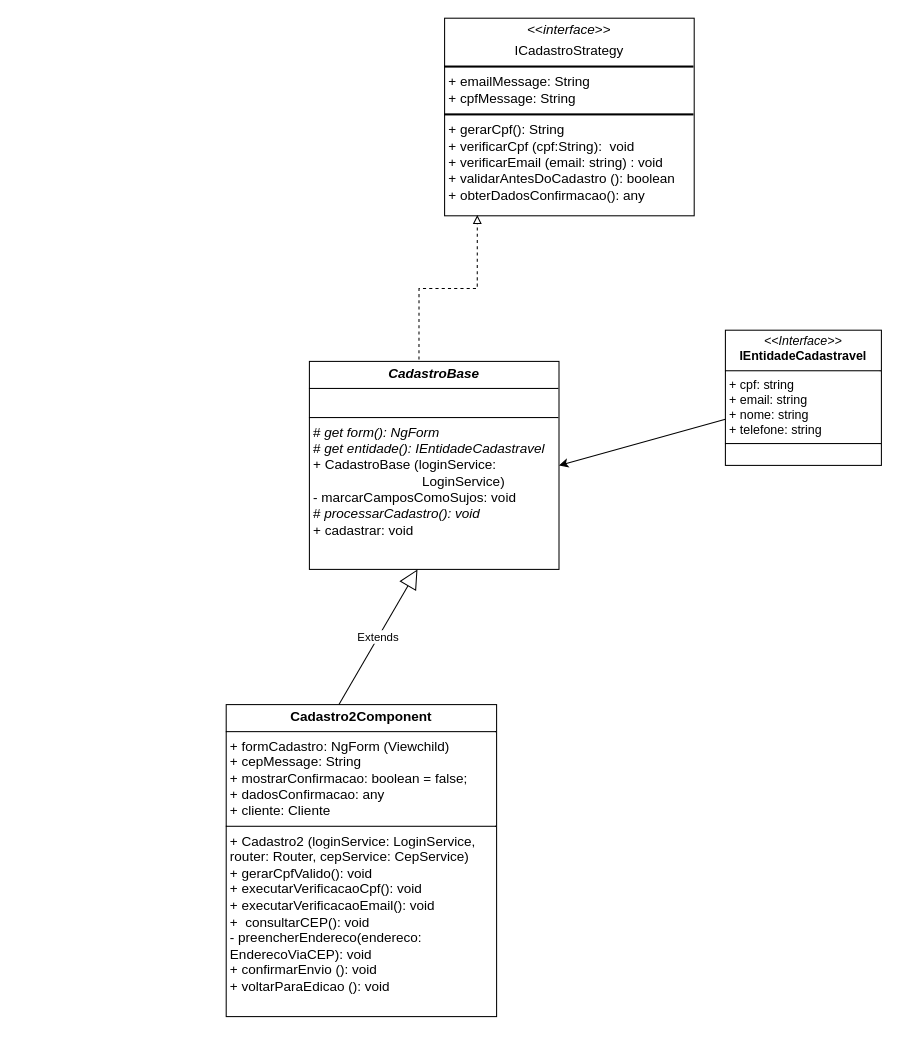
alejandrolafuente/SistemaBanco keeps this draw.io diagram as cadastro.drawio. Above is the earlier version. Source tidied: cells renumbered, new cells numbered last; positions are measured from the earlier drawing's top-left corner, leaving out a move shared by most shapes. Both pictures are drawn from the tidied source at 104%, with x=0, y=0 at pixel (226, 18).
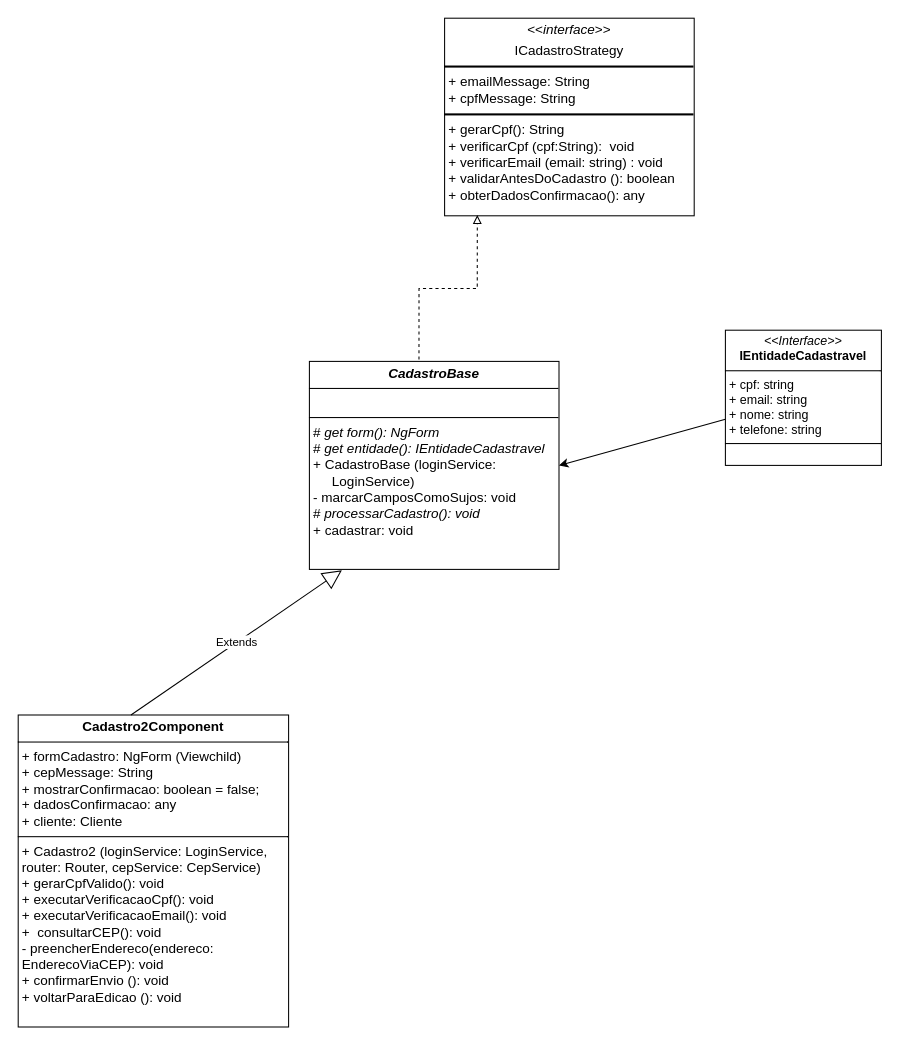
The same diagram, later.

Change to the diagram source:
```diff
@@
 <mxGraphModel>
   <root>
     <mxCell id="0" />
     <mxCell id="1" parent="0" />
     <mxCell id="2" value="&lt;p style=&quot;margin:0px;margin-top:4px;text-align:center;&quot;&gt;&amp;lt;&amp;lt;&lt;i&gt;interface&lt;/i&gt;&amp;gt;&amp;gt;&lt;/p&gt;&lt;p style=&quot;margin:0px;margin-top:4px;text-align:center;&quot;&gt;ICadastroStrategy&lt;/p&gt;&lt;hr style=&quot;border-style:solid;&quot;&gt;&lt;p style=&quot;margin:0px;margin-left:4px;&quot;&gt;+ emailMessage: String&lt;/p&gt;&lt;p style=&quot;margin:0px;margin-left:4px;&quot;&gt;+ cpfMessage: String&lt;/p&gt;&lt;hr style=&quot;border-style:solid;&quot;&gt;&lt;p style=&quot;margin:0px;margin-left:4px;&quot;&gt;+ gerarCpf(): String&lt;/p&gt;&lt;p style=&quot;margin:0px;margin-left:4px;&quot;&gt;+ verificarCpf (cpf:String):&amp;nbsp; void&lt;/p&gt;&lt;p style=&quot;margin:0px;margin-left:4px;&quot;&gt;+ verificarEmail (email: string)&lt;span style=&quot;background-color: transparent;&quot;&gt;&amp;nbsp;&lt;/span&gt;&lt;span style=&quot;background-color: transparent;&quot;&gt;: void&lt;/span&gt;&lt;/p&gt;&lt;p style=&quot;margin:0px;margin-left:4px;&quot;&gt;+ validarAntesDoCadastro (): boolean&lt;/p&gt;&lt;p style=&quot;margin:0px;margin-left:4px;&quot;&gt;+ obterDadosConfirmacao(): any&lt;/p&gt;" style="verticalAlign=top;align=left;overflow=fill;html=1;whiteSpace=wrap;fontSize=13;" parent="1" vertex="1">
       <mxGeometry x="210" width="240" height="190" as="geometry" />
     </mxCell>
     <mxCell id="3" style="html=1;labelBackgroundColor=#ffffff;jettySize=auto;fontSize=14;rounded=0;jumpStyle=gap;edgeStyle=orthogonalEdgeStyle;startArrow=none;endArrow=block;endFill=0;dashed=1;strokeWidth=1;exitX=0.439;exitY=0.021;exitDx=0;exitDy=0;exitPerimeter=0;entryX=0.131;entryY=0.996;entryDx=0;entryDy=0;entryPerimeter=0;" parent="1" edge="1" source="4" target="2">
       <mxGeometry relative="1" as="geometry" />
     </mxCell>
-    <mxCell id="4" value="&lt;p style=&quot;margin:0px;margin-top:4px;text-align:center;&quot;&gt;&lt;b&gt;&lt;i&gt;&lt;font style=&quot;color: light-dark(rgb(0, 0, 0), rgb(192, 192, 192)); font-size: 13px;&quot;&gt;CadastroBase&lt;/font&gt;&lt;/i&gt;&lt;/b&gt;&lt;/p&gt;&lt;hr size=&quot;1&quot; style=&quot;border-style:solid;&quot;&gt;&lt;p style=&quot;margin:0px;margin-left:4px;&quot;&gt;&lt;font style=&quot;color: light-dark(rgb(0, 0, 0), rgb(192, 192, 192)); font-size: 13px;&quot;&gt;&lt;br&gt;&lt;/font&gt;&lt;/p&gt;&lt;hr size=&quot;1&quot; style=&quot;border-style:solid;&quot;&gt;&lt;p style=&quot;margin:0px;margin-left:4px;&quot;&gt;&lt;font style=&quot;color: light-dark(rgb(0, 0, 0), rgb(192, 192, 192)); font-size: 13px;&quot;&gt;# &lt;i&gt;get form(): NgForm&lt;/i&gt;&lt;/font&gt;&lt;/p&gt;&lt;p style=&quot;margin:0px;margin-left:4px;&quot;&gt;&lt;span&gt;&lt;font style=&quot;color: light-dark(rgb(0, 0, 0), rgb(192, 192, 192)); font-size: 13px;&quot;&gt;# &lt;i&gt;get entidade(): IEntidadeCadastravel&lt;/i&gt;&lt;/font&gt;&lt;/span&gt;&lt;/p&gt;&lt;p style=&quot;margin:0px;margin-left:4px;&quot;&gt;&lt;span&gt;&lt;font style=&quot;color: light-dark(rgb(0, 0, 0), rgb(192, 192, 192)); font-size: 13px;&quot;&gt;+ CadastroBase (loginService:&amp;nbsp;&lt;/font&gt;&lt;/span&gt;&lt;/p&gt;&lt;p style=&quot;margin:0px;margin-left:4px;&quot;&gt;&lt;span&gt;&lt;font style=&quot;color: light-dark(rgb(0, 0, 0), rgb(192, 192, 192)); font-size: 13px;&quot;&gt;&lt;span style=&quot;white-space: pre;&quot;&gt;&#9;&lt;/span&gt;&lt;span style=&quot;white-space: pre;&quot;&gt;&#9;&lt;/span&gt;&lt;span style=&quot;white-space: pre;&quot;&gt;&#9;&lt;/span&gt;&amp;nbsp; &amp;nbsp; &amp;nbsp;LoginService)&lt;/font&gt;&lt;/span&gt;&lt;/p&gt;&lt;p style=&quot;margin:0px;margin-left:4px;&quot;&gt;&lt;span&gt;&lt;font style=&quot;color: light-dark(rgb(0, 0, 0), rgb(192, 192, 192)); font-size: 13px;&quot;&gt;- marcarCamposComoSujos: void&lt;/font&gt;&lt;/span&gt;&lt;/p&gt;&lt;p style=&quot;margin:0px;margin-left:4px;&quot;&gt;&lt;font style=&quot;color: light-dark(rgb(0, 0, 0), rgb(192, 192, 192)); font-size: 13px;&quot;&gt;&lt;font style=&quot;&quot;&gt;#&lt;/font&gt;&lt;i style=&quot;&quot;&gt;&lt;font style=&quot;&quot;&gt; processarCadastro(): void&lt;/font&gt;&lt;/i&gt;&lt;/font&gt;&lt;/p&gt;&lt;p style=&quot;margin:0px;margin-left:4px;&quot;&gt;&lt;font style=&quot;color: light-dark(rgb(0, 0, 0), rgb(192, 192, 192)); font-size: 13px;&quot;&gt;+ cadastrar: void&lt;/font&gt;&lt;/p&gt;" style="verticalAlign=top;align=left;overflow=fill;html=1;whiteSpace=wrap;" parent="1" vertex="1">
+    <mxCell id="4" value="&lt;p style=&quot;margin:0px;margin-top:4px;text-align:center;&quot;&gt;&lt;b&gt;&lt;i&gt;&lt;font style=&quot;color: light-dark(rgb(0, 0, 0), rgb(192, 192, 192)); font-size: 13px;&quot;&gt;CadastroBase&lt;/font&gt;&lt;/i&gt;&lt;/b&gt;&lt;/p&gt;&lt;hr size=&quot;1&quot; style=&quot;border-style:solid;&quot;&gt;&lt;p style=&quot;margin:0px;margin-left:4px;&quot;&gt;&lt;font style=&quot;color: light-dark(rgb(0, 0, 0), rgb(192, 192, 192)); font-size: 13px;&quot;&gt;&lt;br&gt;&lt;/font&gt;&lt;/p&gt;&lt;hr size=&quot;1&quot; style=&quot;border-style:solid;&quot;&gt;&lt;p style=&quot;margin:0px;margin-left:4px;&quot;&gt;&lt;font style=&quot;color: light-dark(rgb(0, 0, 0), rgb(192, 192, 192)); font-size: 13px;&quot;&gt;# &lt;i&gt;get form(): NgForm&lt;/i&gt;&lt;/font&gt;&lt;/p&gt;&lt;p style=&quot;margin:0px;margin-left:4px;&quot;&gt;&lt;span&gt;&lt;font style=&quot;color: light-dark(rgb(0, 0, 0), rgb(192, 192, 192)); font-size: 13px;&quot;&gt;# &lt;i&gt;get entidade(): IEntidadeCadastravel&lt;/i&gt;&lt;/font&gt;&lt;/span&gt;&lt;/p&gt;&lt;p style=&quot;margin:0px;margin-left:4px;&quot;&gt;&lt;span&gt;&lt;font style=&quot;color: light-dark(rgb(0, 0, 0), rgb(192, 192, 192)); font-size: 13px;&quot;&gt;+ CadastroBase (loginService:&amp;nbsp;&lt;/font&gt;&lt;/span&gt;&lt;/p&gt;&lt;p style=&quot;margin:0px;margin-left:4px;&quot;&gt;&lt;span&gt;&lt;font style=&quot;color: light-dark(rgb(0, 0, 0), rgb(192, 192, 192)); font-size: 13px;&quot;&gt;&amp;nbsp; &amp;nbsp; &amp;nbsp;LoginService)&lt;/font&gt;&lt;/span&gt;&lt;/p&gt;&lt;p style=&quot;margin:0px;margin-left:4px;&quot;&gt;&lt;span&gt;&lt;font style=&quot;color: light-dark(rgb(0, 0, 0), rgb(192, 192, 192)); font-size: 13px;&quot;&gt;- marcarCamposComoSujos: void&lt;/font&gt;&lt;/span&gt;&lt;/p&gt;&lt;p style=&quot;margin:0px;margin-left:4px;&quot;&gt;&lt;font style=&quot;color: light-dark(rgb(0, 0, 0), rgb(192, 192, 192)); font-size: 13px;&quot;&gt;&lt;font style=&quot;&quot;&gt;#&lt;/font&gt;&lt;i style=&quot;&quot;&gt;&lt;font style=&quot;&quot;&gt; processarCadastro(): void&lt;/font&gt;&lt;/i&gt;&lt;/font&gt;&lt;/p&gt;&lt;p style=&quot;margin:0px;margin-left:4px;&quot;&gt;&lt;font style=&quot;color: light-dark(rgb(0, 0, 0), rgb(192, 192, 192)); font-size: 13px;&quot;&gt;+ cadastrar: void&lt;/font&gt;&lt;/p&gt;" style="verticalAlign=top;align=left;overflow=fill;html=1;whiteSpace=wrap;" parent="1" vertex="1">
       <mxGeometry x="80" y="330" width="240" height="200" as="geometry" />
     </mxCell>
     <mxCell id="5" style="edgeStyle=none;html=1;entryX=1;entryY=0.5;entryDx=0;entryDy=0;" parent="1" edge="1" source="6" target="4">
       <mxGeometry relative="1" as="geometry" />
     </mxCell>
     <mxCell id="6" value="&lt;p style=&quot;margin:0px;margin-top:4px;text-align:center;&quot;&gt;&lt;i&gt;&amp;lt;&amp;lt;Interface&amp;gt;&amp;gt;&lt;/i&gt;&lt;br&gt;&lt;b&gt;IEntidadeCadastravel&lt;/b&gt;&lt;/p&gt;&lt;hr size=&quot;1&quot; style=&quot;border-style:solid;&quot;&gt;&lt;p style=&quot;margin:0px;margin-left:4px;&quot;&gt;+ cpf: string&lt;br&gt;+ email: string&lt;/p&gt;&lt;p style=&quot;margin:0px;margin-left:4px;&quot;&gt;+ nome: string&lt;/p&gt;&lt;p style=&quot;margin:0px;margin-left:4px;&quot;&gt;+ telefone: string&lt;/p&gt;&lt;hr size=&quot;1&quot; style=&quot;border-style:solid;&quot;&gt;&lt;p style=&quot;margin:0px;margin-left:4px;&quot;&gt;&lt;br&gt;&lt;/p&gt;" style="verticalAlign=top;align=left;overflow=fill;html=1;whiteSpace=wrap;" parent="1" vertex="1">
       <mxGeometry x="480" y="300" width="150" height="130" as="geometry" />
     </mxCell>
     <mxCell id="7" value="&lt;p style=&quot;margin:0px;margin-top:4px;text-align:center;&quot;&gt;&lt;b&gt;&lt;font style=&quot;font-size: 13px; background-color: light-dark(#ffffff, var(--ge-dark-color, #121212)); color: light-dark(rgb(0, 0, 0), rgb(192, 192, 192));&quot;&gt;Cadastro2Component&lt;/font&gt;&lt;/b&gt;&lt;/p&gt;&lt;hr size=&quot;1&quot; style=&quot;border-style:solid;&quot;&gt;&lt;p style=&quot;margin:0px;margin-left:4px;&quot;&gt;&lt;font style=&quot;font-size: 13px; background-color: light-dark(#ffffff, var(--ge-dark-color, #121212)); color: light-dark(rgb(0, 0, 0), rgb(192, 192, 192));&quot;&gt;+ formCadastro: NgForm (Viewchild)&lt;/font&gt;&lt;/p&gt;&lt;p style=&quot;margin:0px;margin-left:4px;&quot;&gt;&lt;font style=&quot;font-size: 13px; background-color: light-dark(#ffffff, var(--ge-dark-color, #121212)); color: light-dark(rgb(0, 0, 0), rgb(192, 192, 192));&quot;&gt;+ cepMessage: String&lt;/font&gt;&lt;/p&gt;&lt;p style=&quot;margin:0px;margin-left:4px;&quot;&gt;&lt;font style=&quot;font-size: 13px; background-color: light-dark(#ffffff, var(--ge-dark-color, #121212)); color: light-dark(rgb(0, 0, 0), rgb(192, 192, 192));&quot;&gt;+ mostrarConfirmacao: boolean = false;&lt;/font&gt;&lt;/p&gt;&lt;p style=&quot;margin:0px;margin-left:4px;&quot;&gt;&lt;font style=&quot;font-size: 13px; background-color: light-dark(#ffffff, var(--ge-dark-color, #121212)); color: light-dark(rgb(0, 0, 0), rgb(192, 192, 192));&quot;&gt;+ dadosConfirmacao: any&lt;/font&gt;&lt;/p&gt;&lt;p style=&quot;margin:0px;margin-left:4px;&quot;&gt;&lt;font style=&quot;font-size: 13px; background-color: light-dark(#ffffff, var(--ge-dark-color, #121212)); color: light-dark(rgb(0, 0, 0), rgb(192, 192, 192));&quot;&gt;+ cliente: Cliente&lt;/font&gt;&lt;/p&gt;&lt;hr size=&quot;1&quot; style=&quot;border-style:solid;&quot;&gt;&lt;p style=&quot;margin:0px;margin-left:4px;&quot;&gt;&lt;font style=&quot;font-size: 13px; background-color: light-dark(#ffffff, var(--ge-dark-color, #121212)); color: light-dark(rgb(0, 0, 0), rgb(192, 192, 192));&quot;&gt;+ Cadastro2 (loginService: LoginService,&amp;nbsp; &amp;nbsp; router: Router, cepService: CepService)&lt;/font&gt;&lt;/p&gt;&lt;p style=&quot;margin:0px;margin-left:4px;&quot;&gt;&lt;font style=&quot;font-size: 13px; background-color: light-dark(#ffffff, var(--ge-dark-color, #121212)); color: light-dark(rgb(0, 0, 0), rgb(192, 192, 192));&quot;&gt;+ gerarCpfValido(): void&lt;/font&gt;&lt;/p&gt;&lt;p style=&quot;margin:0px;margin-left:4px;&quot;&gt;&lt;font style=&quot;font-size: 13px; background-color: light-dark(#ffffff, var(--ge-dark-color, #121212)); color: light-dark(rgb(0, 0, 0), rgb(192, 192, 192));&quot;&gt;+ executarVerificacaoCpf(): void&lt;/font&gt;&lt;/p&gt;&lt;p style=&quot;margin:0px;margin-left:4px;&quot;&gt;&lt;font style=&quot;font-size: 13px; background-color: light-dark(#ffffff, var(--ge-dark-color, #121212)); color: light-dark(rgb(0, 0, 0), rgb(192, 192, 192));&quot;&gt;+&amp;nbsp;executarVerificacaoEmail(): void&lt;/font&gt;&lt;/p&gt;&lt;p style=&quot;margin:0px;margin-left:4px;&quot;&gt;&lt;font style=&quot;font-size: 13px; background-color: light-dark(#ffffff, var(--ge-dark-color, #121212)); color: light-dark(rgb(0, 0, 0), rgb(192, 192, 192));&quot;&gt;+&amp;nbsp;&amp;nbsp;consultarCEP(): void&lt;/font&gt;&lt;/p&gt;&lt;p style=&quot;margin:0px;margin-left:4px;&quot;&gt;&lt;font style=&quot;font-size: 13px; background-color: light-dark(#ffffff, var(--ge-dark-color, #121212)); color: light-dark(rgb(0, 0, 0), rgb(192, 192, 192));&quot;&gt;-&amp;nbsp;preencherEndereco(endereco: EnderecoViaCEP): void&lt;/font&gt;&lt;/p&gt;&lt;p style=&quot;margin:0px;margin-left:4px;&quot;&gt;&lt;font style=&quot;font-size: 13px; background-color: light-dark(#ffffff, var(--ge-dark-color, #121212)); color: light-dark(rgb(0, 0, 0), rgb(192, 192, 192));&quot;&gt;+ confirmarEnvio (): void&lt;/font&gt;&lt;/p&gt;&lt;p style=&quot;margin:0px;margin-left:4px;&quot;&gt;&lt;font style=&quot;font-size: 13px; background-color: light-dark(#ffffff, var(--ge-dark-color, #121212)); color: light-dark(rgb(0, 0, 0), rgb(192, 192, 192));&quot;&gt;+ voltarParaEdicao (): void&lt;/font&gt;&lt;/p&gt;" style="verticalAlign=top;align=left;overflow=fill;html=1;whiteSpace=wrap;" parent="1" vertex="1">
-      <mxGeometry y="660" width="260" height="300" as="geometry" />
+      <mxGeometry x="-200" y="670" width="260" height="300" as="geometry" />
     </mxCell>
-    <mxCell id="8" value="Extends" style="endArrow=block;endSize=16;endFill=0;html=1;entryX=0.433;entryY=1;entryDx=0;entryDy=0;entryPerimeter=0;exitX=0.417;exitY=0;exitDx=0;exitDy=0;exitPerimeter=0;" parent="1" edge="1" source="7" target="4">
+    <mxCell id="8" value="Extends" style="endArrow=block;endSize=16;endFill=0;html=1;entryX=0.13;entryY=1.004;entryDx=0;entryDy=0;entryPerimeter=0;exitX=0.417;exitY=0;exitDx=0;exitDy=0;exitPerimeter=0;" parent="1" edge="1" source="7" target="4">
       <mxGeometry relative="1" as="geometry" />
     </mxCell>
   </root>
 </mxGraphModel>
```
